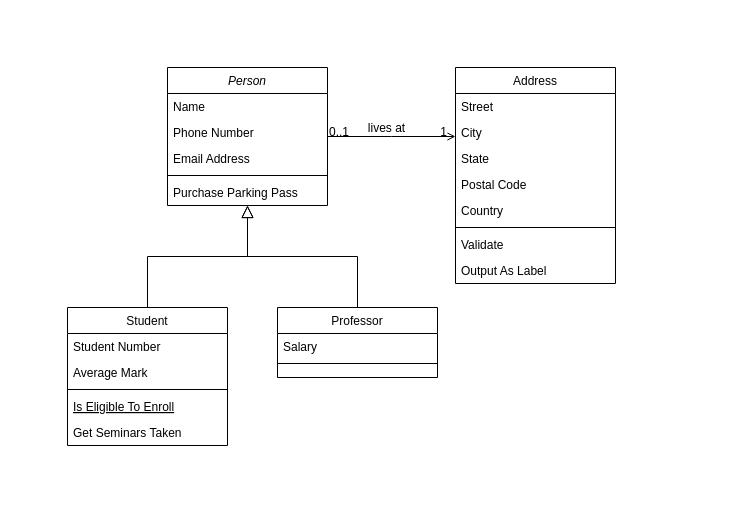
The draw.io diagram Untitled Diagram.drawio in LogosRTFM/Quiz-sport, before the edit. Source tidied: cells renumbered, new cells numbered last; positions are measured from the earlier drawing's top-left corner, leaving out a move shared by most shapes. Both pictures are drawn from the tidied source at 100%, with x=0, y=0 at pixel (67, 67).
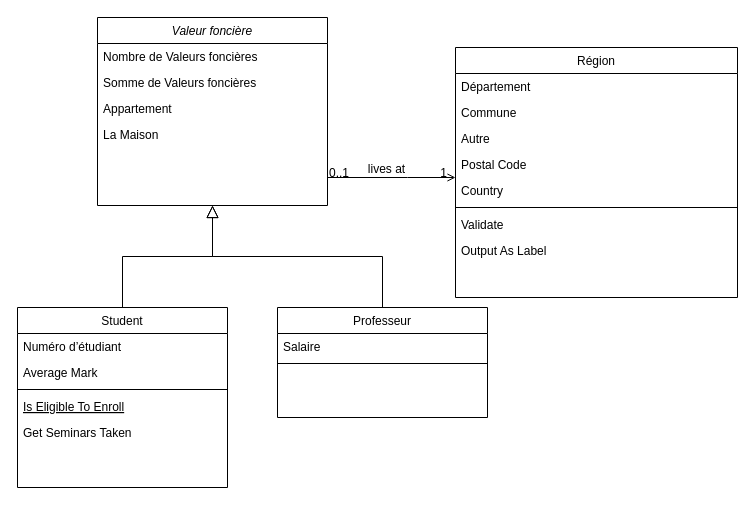
After the change.

What changed in the source:
```diff
@@
-    <mxCell id="2" value="Person" style="swimlane;fontStyle=2;align=center;verticalAlign=top;horizontal=1;startSize=26;rounded=0;shadow=0;strokeWidth=1;" parent="1" vertex="1">
-      <mxGeometry x="100" width="160" height="138" as="geometry" />
+    <mxCell id="2" value="Valeur foncière" style="swimlane;fontStyle=2;align=center;verticalAlign=top;horizontal=1;startSize=26;rounded=0;shadow=0;strokeWidth=1;" parent="1" vertex="1">
+      <mxGeometry x="30" y="-50" width="230" height="188" as="geometry" />
     </mxCell>
-    <mxCell id="3" value="Name" style="text;align=left;verticalAlign=top;spacingLeft=4;spacingRight=4;overflow=hidden;" parent="2" vertex="1">
-      <mxGeometry y="26" width="160" height="26" as="geometry" />
+    <mxCell id="3" value="Nombre de Valeurs foncières" style="text;align=left;verticalAlign=top;spacingLeft=4;spacingRight=4;overflow=hidden;" parent="2" vertex="1">
+      <mxGeometry y="26" width="230" height="26" as="geometry" />
     </mxCell>
-    <mxCell id="4" value="Phone Number" style="text;align=left;verticalAlign=top;spacingLeft=4;spacingRight=4;overflow=hidden;rounded=0;shadow=0;html=0;" parent="2" vertex="1">
-      <mxGeometry y="52" width="160" height="26" as="geometry" />
+    <mxCell id="4" value="Somme de Valeurs foncières" style="text;align=left;verticalAlign=top;spacingLeft=4;spacingRight=4;overflow=hidden;rounded=0;shadow=0;html=0;" parent="2" vertex="1">
+      <mxGeometry y="52" width="230" height="26" as="geometry" />
     </mxCell>
-    <mxCell id="5" value="Email Address" style="text;align=left;verticalAlign=top;spacingLeft=4;spacingRight=4;overflow=hidden;rounded=0;shadow=0;html=0;" parent="2" vertex="1">
-      <mxGeometry y="78" width="160" height="26" as="geometry" />
+    <mxCell id="5" value="Appartement&#10;&#10;" style="text;align=left;verticalAlign=top;spacingLeft=4;spacingRight=4;overflow=hidden;rounded=0;shadow=0;html=0;" parent="2" vertex="1">
+      <mxGeometry y="78" width="230" height="26" as="geometry" />
     </mxCell>
-    <mxCell id="6" style="line;html=1;strokeWidth=1;align=left;verticalAlign=middle;spacingTop=-1;spacingLeft=3;spacingRight=3;labelPosition=right;" parent="2" vertex="1">
-      <mxGeometry y="104" width="160" height="8" as="geometry" />
-    </mxCell>
-    <mxCell id="7" value="Purchase Parking Pass" style="text;align=left;verticalAlign=top;spacingLeft=4;spacingRight=4;overflow=hidden;" parent="2" vertex="1">
-      <mxGeometry y="112" width="160" height="26" as="geometry" />
+    <mxCell id="7" value="La Maison" style="text;align=left;verticalAlign=top;spacingLeft=4;spacingRight=4;overflow=hidden;" parent="2" vertex="1">
+      <mxGeometry y="104" width="230" height="26" as="geometry" />
     </mxCell>
     <mxCell id="8" value="Student" style="swimlane;fontStyle=0;align=center;verticalAlign=top;horizontal=1;startSize=26;rounded=0;shadow=0;strokeWidth=1;" parent="1" vertex="1">
-      <mxGeometry y="240" width="160" height="138" as="geometry" />
+      <mxGeometry x="-50" y="240" width="210" height="180" as="geometry" />
     </mxCell>
-    <mxCell id="9" value="Student Number" style="text;align=left;verticalAlign=top;spacingLeft=4;spacingRight=4;overflow=hidden;" parent="8" vertex="1">
-      <mxGeometry y="26" width="160" height="26" as="geometry" />
+    <mxCell id="9" value="Numéro d’étudiant" style="text;align=left;verticalAlign=top;spacingLeft=4;spacingRight=4;overflow=hidden;" parent="8" vertex="1">
+      <mxGeometry y="26" width="210" height="26" as="geometry" />
     </mxCell>
     <mxCell id="10" value="Average Mark" style="text;align=left;verticalAlign=top;spacingLeft=4;spacingRight=4;overflow=hidden;rounded=0;shadow=0;html=0;" parent="8" vertex="1">
-      <mxGeometry y="52" width="160" height="26" as="geometry" />
+      <mxGeometry y="52" width="210" height="26" as="geometry" />
     </mxCell>
     <mxCell id="11" style="line;html=1;strokeWidth=1;align=left;verticalAlign=middle;spacingTop=-1;spacingLeft=3;spacingRight=3;labelPosition=right;" parent="8" vertex="1">
-      <mxGeometry y="78" width="160" height="8" as="geometry" />
+      <mxGeometry y="78" width="210" height="8" as="geometry" />
     </mxCell>
     <mxCell id="12" value="Is Eligible To Enroll" style="text;align=left;verticalAlign=top;spacingLeft=4;spacingRight=4;overflow=hidden;fontStyle=4;" parent="8" vertex="1">
-      <mxGeometry y="86" width="160" height="26" as="geometry" />
+      <mxGeometry y="86" width="210" height="26" as="geometry" />
     </mxCell>
     <mxCell id="13" value="Get Seminars Taken" style="text;align=left;verticalAlign=top;spacingLeft=4;spacingRight=4;overflow=hidden;" parent="8" vertex="1">
-      <mxGeometry y="112" width="160" height="26" as="geometry" />
+      <mxGeometry y="112" width="210" height="26" as="geometry" />
     </mxCell>
@@
-    <mxCell id="15" value="Professor" style="swimlane;fontStyle=0;align=center;verticalAlign=top;horizontal=1;startSize=26;rounded=0;shadow=0;strokeWidth=1;" parent="1" vertex="1">
-      <mxGeometry x="210" y="240" width="160" height="70" as="geometry" />
+    <mxCell id="15" value="Professeur" style="swimlane;fontStyle=0;align=center;verticalAlign=top;horizontal=1;startSize=26;rounded=0;shadow=0;strokeWidth=1;" parent="1" vertex="1">
+      <mxGeometry x="210" y="240" width="210" height="110" as="geometry" />
     </mxCell>
-    <mxCell id="16" value="Salary" style="text;align=left;verticalAlign=top;spacingLeft=4;spacingRight=4;overflow=hidden;" parent="15" vertex="1">
-      <mxGeometry y="26" width="160" height="26" as="geometry" />
+    <mxCell id="16" value="Salaire" style="text;align=left;verticalAlign=top;spacingLeft=4;spacingRight=4;overflow=hidden;" parent="15" vertex="1">
+      <mxGeometry y="26" width="210" height="26" as="geometry" />
     </mxCell>
     <mxCell id="17" style="line;html=1;strokeWidth=1;align=left;verticalAlign=middle;spacingTop=-1;spacingLeft=3;spacingRight=3;labelPosition=right;" parent="15" vertex="1">
-      <mxGeometry y="52" width="160" height="8" as="geometry" />
+      <mxGeometry y="52" width="210" height="8" as="geometry" />
     </mxCell>
@@
-    <mxCell id="19" value="Address" style="swimlane;fontStyle=0;align=center;verticalAlign=top;horizontal=1;startSize=26;rounded=0;shadow=0;strokeWidth=1;" parent="1" vertex="1">
-      <mxGeometry x="388" width="160" height="216" as="geometry" />
+    <mxCell id="19" value="Région" style="swimlane;fontStyle=0;align=center;verticalAlign=top;horizontal=1;startSize=26;rounded=0;shadow=0;strokeWidth=1;" parent="1" vertex="1">
+      <mxGeometry x="388" y="-20" width="282" height="250" as="geometry" />
     </mxCell>
-    <mxCell id="20" value="Street" style="text;align=left;verticalAlign=top;spacingLeft=4;spacingRight=4;overflow=hidden;" parent="19" vertex="1">
-      <mxGeometry y="26" width="160" height="26" as="geometry" />
+    <mxCell id="20" value="Département" style="text;align=left;verticalAlign=top;spacingLeft=4;spacingRight=4;overflow=hidden;" parent="19" vertex="1">
+      <mxGeometry y="26" width="282" height="26" as="geometry" />
     </mxCell>
-    <mxCell id="21" value="City" style="text;align=left;verticalAlign=top;spacingLeft=4;spacingRight=4;overflow=hidden;rounded=0;shadow=0;html=0;" parent="19" vertex="1">
-      <mxGeometry y="52" width="160" height="26" as="geometry" />
+    <mxCell id="21" value="Commune" style="text;align=left;verticalAlign=top;spacingLeft=4;spacingRight=4;overflow=hidden;rounded=0;shadow=0;html=0;" parent="19" vertex="1">
+      <mxGeometry y="52" width="282" height="26" as="geometry" />
     </mxCell>
-    <mxCell id="22" value="State" style="text;align=left;verticalAlign=top;spacingLeft=4;spacingRight=4;overflow=hidden;rounded=0;shadow=0;html=0;" parent="19" vertex="1">
-      <mxGeometry y="78" width="160" height="26" as="geometry" />
+    <mxCell id="22" value="Autre" style="text;align=left;verticalAlign=top;spacingLeft=4;spacingRight=4;overflow=hidden;rounded=0;shadow=0;html=0;" parent="19" vertex="1">
+      <mxGeometry y="78" width="282" height="26" as="geometry" />
     </mxCell>
     <mxCell id="23" value="Postal Code" style="text;align=left;verticalAlign=top;spacingLeft=4;spacingRight=4;overflow=hidden;rounded=0;shadow=0;html=0;" parent="19" vertex="1">
-      <mxGeometry y="104" width="160" height="26" as="geometry" />
+      <mxGeometry y="104" width="282" height="26" as="geometry" />
     </mxCell>
     <mxCell id="24" value="Country" style="text;align=left;verticalAlign=top;spacingLeft=4;spacingRight=4;overflow=hidden;rounded=0;shadow=0;html=0;" parent="19" vertex="1">
-      <mxGeometry y="130" width="160" height="26" as="geometry" />
+      <mxGeometry y="130" width="282" height="26" as="geometry" />
     </mxCell>
     <mxCell id="25" style="line;html=1;strokeWidth=1;align=left;verticalAlign=middle;spacingTop=-1;spacingLeft=3;spacingRight=3;labelPosition=right;" parent="19" vertex="1">
-      <mxGeometry y="156" width="160" height="8" as="geometry" />
+      <mxGeometry y="156" width="282" height="8" as="geometry" />
     </mxCell>
     <mxCell id="26" value="Validate" style="text;align=left;verticalAlign=top;spacingLeft=4;spacingRight=4;overflow=hidden;" parent="19" vertex="1">
-      <mxGeometry y="164" width="160" height="26" as="geometry" />
+      <mxGeometry y="164" width="282" height="26" as="geometry" />
     </mxCell>
     <mxCell id="27" value="Output As Label" style="text;align=left;verticalAlign=top;spacingLeft=4;spacingRight=4;overflow=hidden;" parent="19" vertex="1">
-      <mxGeometry y="190" width="160" height="26" as="geometry" />
+      <mxGeometry y="190" width="282" height="26" as="geometry" />
     </mxCell>
     <mxCell id="28" style="endArrow=open;shadow=0;strokeWidth=1;rounded=0;endFill=1;edgeStyle=elbowEdgeStyle;elbow=vertical;" parent="1" edge="1" source="2" target="19">
       <mxGeometry x="0.5" y="41" relative="1" as="geometry">
+        <Array as="points">
+          <mxPoint x="340" y="110" />
+          <mxPoint x="324" y="80" />
+        </Array>
         <mxPoint x="-40" y="32" as="offset" />
       </mxGeometry>
     </mxCell>
```
